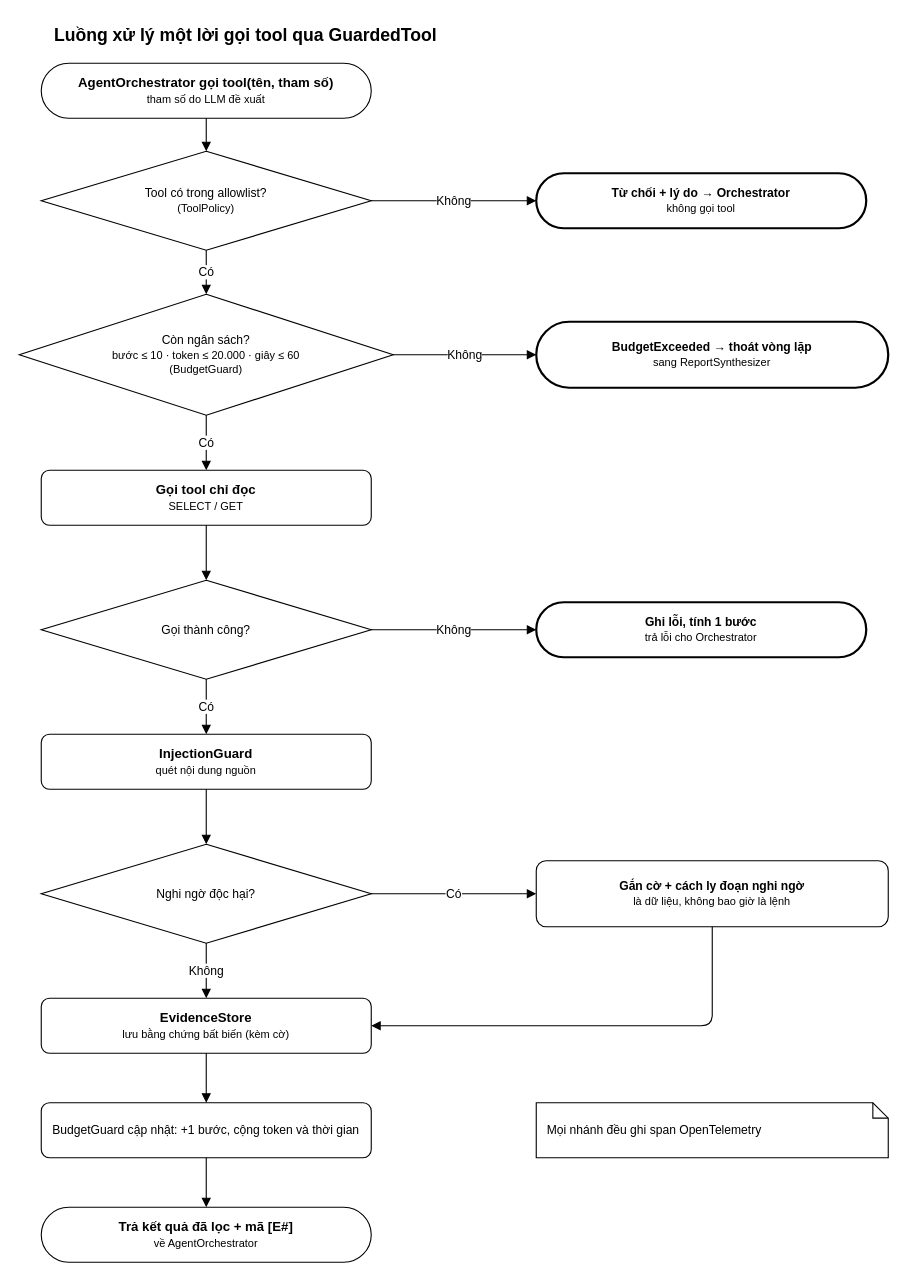
NamHuynh147/OOSD keeps this draw.io diagram as page "ToolActivity" (6 of 33) of AIK8/AIK08/Diagram.drawio. Above is the earlier version. Source tidied: cells renumbered, new cells numbered last; positions are measured from the earlier drawing's top-left corner, leaving out a move shared by most shapes. Both pictures are drawn from the tidied source at 110%, with x=0, y=0 at pixel (19, 19).
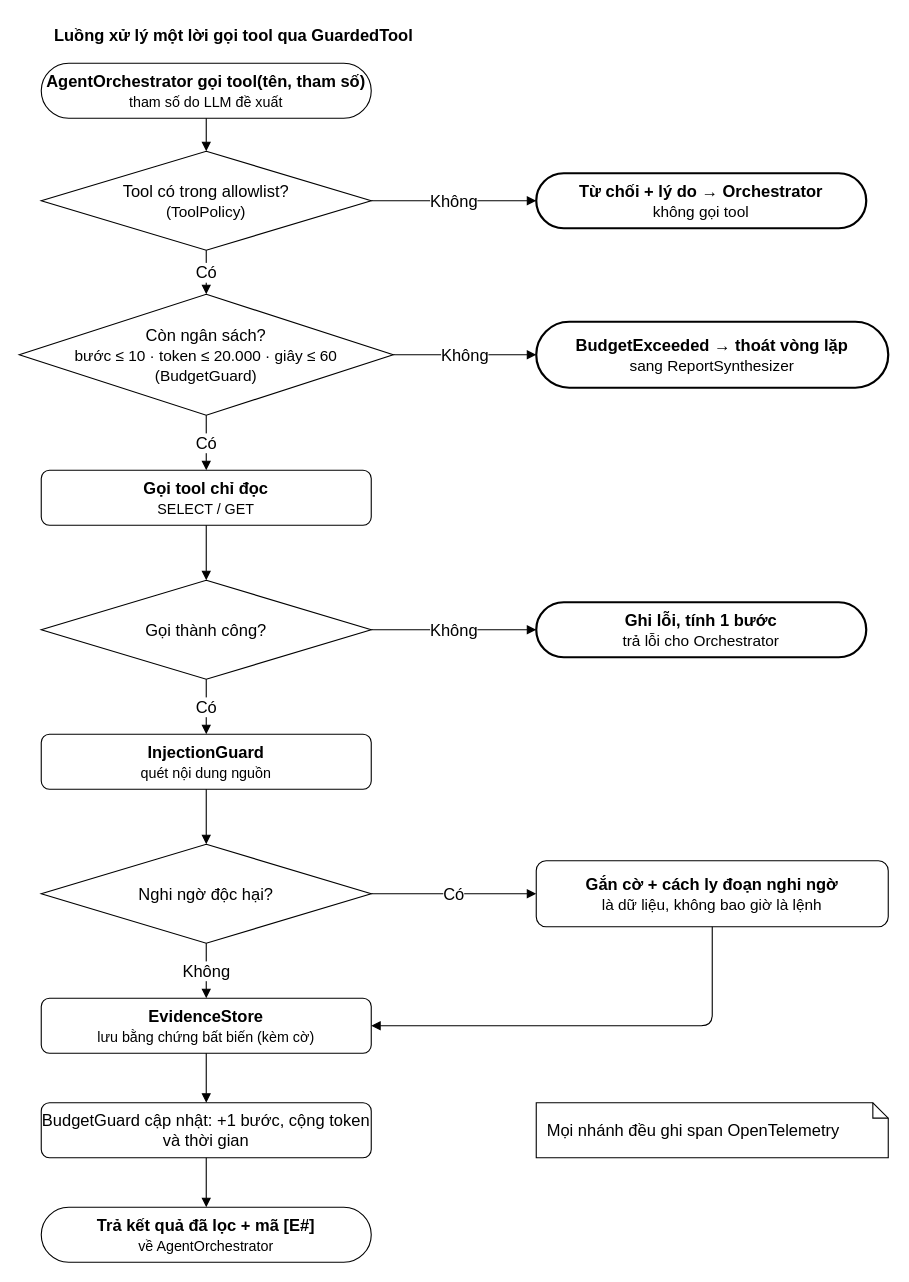
The same page after the edit.

The edit, as a diff of the source:
```diff
@@
-    <mxCell id="2" value="Luồng xử lý một lời gọi tool qua GuardedTool" style="text;html=1;align=left;verticalAlign=middle;fontSize=16;fontStyle=1;" parent="1" vertex="1">
+    <mxCell id="2" value="Luồng xử lý một lời gọi tool qua GuardedTool" style="text;html=1;align=left;verticalAlign=middle;fontSize=15;fontStyle=1;" parent="1" vertex="1">
       <mxGeometry x="30" width="370" height="28" as="geometry" />
     </mxCell>
-    <mxCell id="3" value="&lt;b&gt;AgentOrchestrator gọi tool(tên, tham số)&lt;/b&gt;&lt;br&gt;&lt;font style=&quot;font-size:10px&quot;&gt;tham số do LLM đề xuất&lt;/font&gt;" style="rounded=1;arcSize=50;whiteSpace=wrap;html=1;fontSize=12;" parent="1" vertex="1">
+    <mxCell id="3" value="&lt;b&gt;AgentOrchestrator gọi tool(tên, tham số)&lt;/b&gt;&lt;br&gt;&lt;font style=&quot;font-size: 13px;&quot;&gt;tham số do LLM đề xuất&lt;/font&gt;" style="rounded=1;arcSize=50;whiteSpace=wrap;html=1;fontSize=15;" parent="1" vertex="1">
       <mxGeometry x="20" y="40" width="300" height="50" as="geometry" />
     </mxCell>
-    <mxCell id="4" value="Tool có trong allowlist?&lt;br&gt;&lt;font style=&quot;font-size:10px&quot;&gt;(ToolPolicy)&lt;/font&gt;" style="rhombus;whiteSpace=wrap;html=1;fontSize=11;" parent="1" vertex="1">
+    <mxCell id="4" value="Tool có trong allowlist?&lt;br&gt;&lt;font style=&quot;font-size: 14px;&quot;&gt;(ToolPolicy)&lt;/font&gt;" style="rhombus;whiteSpace=wrap;html=1;fontSize=15;" parent="1" vertex="1">
       <mxGeometry x="20" y="120" width="300" height="90" as="geometry" />
     </mxCell>
-    <mxCell id="5" value="Còn ngân sách?&lt;br&gt;&lt;font style=&quot;font-size:10px&quot;&gt;bước ≤ 10 · token ≤ 20.000 · giây ≤ 60&lt;br&gt;(BudgetGuard)&lt;/font&gt;" style="rhombus;whiteSpace=wrap;html=1;fontSize=11;" parent="1" vertex="1">
+    <mxCell id="5" value="Còn ngân sách?&lt;br&gt;&lt;font style=&quot;font-size: 14px;&quot;&gt;bước ≤ 10 · token ≤ 20.000 · giây ≤ 60&lt;br&gt;(BudgetGuard)&lt;/font&gt;" style="rhombus;whiteSpace=wrap;html=1;fontSize=15;" parent="1" vertex="1">
       <mxGeometry y="250" width="340" height="110" as="geometry" />
     </mxCell>
-    <mxCell id="6" value="&lt;b&gt;Gọi tool chỉ đọc&lt;/b&gt;&lt;br&gt;&lt;font style=&quot;font-size:10px&quot;&gt;SELECT / GET&lt;/font&gt;" style="rounded=1;whiteSpace=wrap;html=1;fontSize=12;" parent="1" vertex="1">
+    <mxCell id="6" value="&lt;b&gt;Gọi tool chỉ đọc&lt;/b&gt;&lt;br&gt;&lt;font style=&quot;font-size: 13px;&quot;&gt;SELECT / GET&lt;/font&gt;" style="rounded=1;whiteSpace=wrap;html=1;fontSize=15;" parent="1" vertex="1">
       <mxGeometry x="20" y="410" width="300" height="50" as="geometry" />
     </mxCell>
-    <mxCell id="7" value="Gọi thành công?" style="rhombus;whiteSpace=wrap;html=1;fontSize=11;" parent="1" vertex="1">
+    <mxCell id="7" value="Gọi thành công?" style="rhombus;whiteSpace=wrap;html=1;fontSize=15;" parent="1" vertex="1">
       <mxGeometry x="20" y="510" width="300" height="90" as="geometry" />
     </mxCell>
-    <mxCell id="8" value="&lt;b&gt;InjectionGuard&lt;/b&gt;&lt;br&gt;&lt;font style=&quot;font-size:10px&quot;&gt;quét nội dung nguồn&lt;/font&gt;" style="rounded=1;whiteSpace=wrap;html=1;fontSize=12;" parent="1" vertex="1">
+    <mxCell id="8" value="&lt;b&gt;InjectionGuard&lt;/b&gt;&lt;br&gt;&lt;font style=&quot;font-size: 13px;&quot;&gt;quét nội dung nguồn&lt;/font&gt;" style="rounded=1;whiteSpace=wrap;html=1;fontSize=15;" parent="1" vertex="1">
       <mxGeometry x="20" y="650" width="300" height="50" as="geometry" />
     </mxCell>
-    <mxCell id="9" value="Nghi ngờ độc hại?" style="rhombus;whiteSpace=wrap;html=1;fontSize=11;" parent="1" vertex="1">
+    <mxCell id="9" value="Nghi ngờ độc hại?" style="rhombus;whiteSpace=wrap;html=1;fontSize=15;" parent="1" vertex="1">
       <mxGeometry x="20" y="750" width="300" height="90" as="geometry" />
     </mxCell>
-    <mxCell id="10" value="&lt;b&gt;EvidenceStore&lt;/b&gt;&lt;br&gt;&lt;font style=&quot;font-size:10px&quot;&gt;lưu bằng chứng bất biến (kèm cờ)&lt;/font&gt;" style="rounded=1;whiteSpace=wrap;html=1;fontSize=12;" parent="1" vertex="1">
+    <mxCell id="10" value="&lt;b&gt;EvidenceStore&lt;/b&gt;&lt;br&gt;&lt;font style=&quot;font-size: 13px;&quot;&gt;lưu bằng chứng bất biến (kèm cờ)&lt;/font&gt;" style="rounded=1;whiteSpace=wrap;html=1;fontSize=15;" parent="1" vertex="1">
       <mxGeometry x="20" y="890" width="300" height="50" as="geometry" />
     </mxCell>
-    <mxCell id="11" value="BudgetGuard cập nhật: +1 bước, cộng token và thời gian" style="rounded=1;whiteSpace=wrap;html=1;fontSize=11;" parent="1" vertex="1">
+    <mxCell id="11" value="BudgetGuard cập nhật: +1 bước, cộng token và thời gian" style="rounded=1;whiteSpace=wrap;html=1;fontSize=15;" parent="1" vertex="1">
       <mxGeometry x="20" y="985" width="300" height="50" as="geometry" />
     </mxCell>
-    <mxCell id="12" value="&lt;b&gt;Trả kết quả đã lọc + mã [E#]&lt;/b&gt;&lt;br&gt;&lt;font style=&quot;font-size:10px&quot;&gt;về AgentOrchestrator&lt;/font&gt;" style="rounded=1;arcSize=50;whiteSpace=wrap;html=1;fontSize=12;" parent="1" vertex="1">
+    <mxCell id="12" value="&lt;b&gt;Trả kết quả đã lọc + mã [E#]&lt;/b&gt;&lt;br&gt;&lt;font style=&quot;font-size: 13px;&quot;&gt;về AgentOrchestrator&lt;/font&gt;" style="rounded=1;arcSize=50;whiteSpace=wrap;html=1;fontSize=15;" parent="1" vertex="1">
       <mxGeometry x="20" y="1080" width="300" height="50" as="geometry" />
     </mxCell>
-    <mxCell id="13" value="&lt;b&gt;Từ chối + lý do → Orchestrator&lt;/b&gt;&lt;br&gt;&lt;font style=&quot;font-size:10px&quot;&gt;không gọi tool&lt;/font&gt;" style="rounded=1;arcSize=50;whiteSpace=wrap;html=1;strokeWidth=2;fontSize=11;" parent="1" vertex="1">
+    <mxCell id="13" value="&lt;b&gt;Từ chối + lý do → Orchestrator&lt;/b&gt;&lt;br&gt;&lt;font style=&quot;font-size: 14px;&quot;&gt;không gọi tool&lt;/font&gt;" style="rounded=1;arcSize=50;whiteSpace=wrap;html=1;strokeWidth=2;fontSize=15;" parent="1" vertex="1">
       <mxGeometry x="470" y="140" width="300" height="50" as="geometry" />
     </mxCell>
-    <mxCell id="14" value="&lt;b&gt;BudgetExceeded → thoát vòng lặp&lt;/b&gt;&lt;br&gt;&lt;font style=&quot;font-size:10px&quot;&gt;sang ReportSynthesizer&lt;/font&gt;" style="rounded=1;arcSize=50;whiteSpace=wrap;html=1;strokeWidth=2;fontSize=11;" parent="1" vertex="1">
+    <mxCell id="14" value="&lt;b&gt;BudgetExceeded → thoát vòng lặp&lt;/b&gt;&lt;br&gt;&lt;font style=&quot;font-size: 14px;&quot;&gt;sang ReportSynthesizer&lt;/font&gt;" style="rounded=1;arcSize=50;whiteSpace=wrap;html=1;strokeWidth=2;fontSize=15;" parent="1" vertex="1">
       <mxGeometry x="470" y="275" width="320" height="60" as="geometry" />
     </mxCell>
-    <mxCell id="15" value="&lt;b&gt;Ghi lỗi, tính 1 bước&lt;/b&gt;&lt;br&gt;&lt;font style=&quot;font-size:10px&quot;&gt;trả lỗi cho Orchestrator&lt;/font&gt;" style="rounded=1;arcSize=50;whiteSpace=wrap;html=1;strokeWidth=2;fontSize=11;" parent="1" vertex="1">
+    <mxCell id="15" value="&lt;b&gt;Ghi lỗi, tính 1 bước&lt;/b&gt;&lt;br&gt;&lt;font style=&quot;font-size: 14px;&quot;&gt;trả lỗi cho Orchestrator&lt;/font&gt;" style="rounded=1;arcSize=50;whiteSpace=wrap;html=1;strokeWidth=2;fontSize=15;" parent="1" vertex="1">
       <mxGeometry x="470" y="530" width="300" height="50" as="geometry" />
     </mxCell>
-    <mxCell id="16" value="&lt;b&gt;Gắn cờ + cách ly đoạn nghi ngờ&lt;/b&gt;&lt;br&gt;&lt;font style=&quot;font-size:10px&quot;&gt;là dữ liệu, không bao giờ là lệnh&lt;/font&gt;" style="rounded=1;whiteSpace=wrap;html=1;fontSize=11;" parent="1" vertex="1">
+    <mxCell id="16" value="&lt;b&gt;Gắn cờ + cách ly đoạn nghi ngờ&lt;/b&gt;&lt;br&gt;&lt;font style=&quot;font-size: 14px;&quot;&gt;là dữ liệu, không bao giờ là lệnh&lt;/font&gt;" style="rounded=1;whiteSpace=wrap;html=1;fontSize=15;" parent="1" vertex="1">
       <mxGeometry x="470" y="765" width="320" height="60" as="geometry" />
     </mxCell>
-    <mxCell id="17" value="Mọi nhánh đều ghi span OpenTelemetry" style="shape=note;whiteSpace=wrap;html=1;size=14;align=left;spacingLeft=8;fontSize=11;" parent="1" vertex="1">
+    <mxCell id="17" value="Mọi nhánh đều ghi span OpenTelemetry" style="shape=note;whiteSpace=wrap;html=1;size=14;align=left;spacingLeft=8;fontSize=15;" parent="1" vertex="1">
       <mxGeometry x="470" y="985" width="320" height="50" as="geometry" />
     </mxCell>
-    <mxCell id="18" style="edgeStyle=orthogonalEdgeStyle;rounded=1;html=1;endArrow=block;endFill=1;" parent="1" edge="1" source="3" target="4">
+    <mxCell id="18" style="edgeStyle=orthogonalEdgeStyle;rounded=1;html=1;endArrow=block;endFill=1;fontSize=15;" parent="1" edge="1" source="3" target="4">
       <mxGeometry relative="1" as="geometry" />
     </mxCell>
-    <mxCell id="19" value="Có" style="edgeStyle=orthogonalEdgeStyle;rounded=1;html=1;endArrow=block;endFill=1;fontSize=11;labelBackgroundColor=#FFFFFF;" parent="1" edge="1" source="4" target="5">
+    <mxCell id="19" value="Có" style="edgeStyle=orthogonalEdgeStyle;rounded=1;html=1;endArrow=block;endFill=1;fontSize=15;labelBackgroundColor=#FFFFFF;" parent="1" edge="1" source="4" target="5">
       <mxGeometry relative="1" as="geometry" />
     </mxCell>
-    <mxCell id="20" value="Không" style="edgeStyle=orthogonalEdgeStyle;rounded=1;html=1;endArrow=block;endFill=1;fontSize=11;labelBackgroundColor=#FFFFFF;exitX=1;exitY=0.5;exitDx=0;exitDy=0;entryX=0;entryY=0.5;entryDx=0;entryDy=0;" parent="1" edge="1" source="4" target="13">
+    <mxCell id="20" value="Không" style="edgeStyle=orthogonalEdgeStyle;rounded=1;html=1;endArrow=block;endFill=1;fontSize=15;labelBackgroundColor=#FFFFFF;exitX=1;exitY=0.5;exitDx=0;exitDy=0;entryX=0;entryY=0.5;entryDx=0;entryDy=0;" parent="1" edge="1" source="4" target="13">
       <mxGeometry relative="1" as="geometry" />
     </mxCell>
-    <mxCell id="21" value="Có" style="edgeStyle=orthogonalEdgeStyle;rounded=1;html=1;endArrow=block;endFill=1;fontSize=11;labelBackgroundColor=#FFFFFF;" parent="1" edge="1" source="5" target="6">
+    <mxCell id="21" value="Có" style="edgeStyle=orthogonalEdgeStyle;rounded=1;html=1;endArrow=block;endFill=1;fontSize=15;labelBackgroundColor=#FFFFFF;" parent="1" edge="1" source="5" target="6">
       <mxGeometry relative="1" as="geometry" />
     </mxCell>
-    <mxCell id="22" value="Không" style="edgeStyle=orthogonalEdgeStyle;rounded=1;html=1;endArrow=block;endFill=1;fontSize=11;labelBackgroundColor=#FFFFFF;exitX=1;exitY=0.5;exitDx=0;exitDy=0;entryX=0;entryY=0.5;entryDx=0;entryDy=0;" parent="1" edge="1" source="5" target="14">
+    <mxCell id="22" value="Không" style="edgeStyle=orthogonalEdgeStyle;rounded=1;html=1;endArrow=block;endFill=1;fontSize=15;labelBackgroundColor=#FFFFFF;exitX=1;exitY=0.5;exitDx=0;exitDy=0;entryX=0;entryY=0.5;entryDx=0;entryDy=0;" parent="1" edge="1" source="5" target="14">
       <mxGeometry relative="1" as="geometry" />
     </mxCell>
-    <mxCell id="23" style="edgeStyle=orthogonalEdgeStyle;rounded=1;html=1;endArrow=block;endFill=1;" parent="1" edge="1" source="6" target="7">
+    <mxCell id="23" style="edgeStyle=orthogonalEdgeStyle;rounded=1;html=1;endArrow=block;endFill=1;fontSize=15;" parent="1" edge="1" source="6" target="7">
       <mxGeometry relative="1" as="geometry" />
     </mxCell>
-    <mxCell id="24" value="Có" style="edgeStyle=orthogonalEdgeStyle;rounded=1;html=1;endArrow=block;endFill=1;fontSize=11;labelBackgroundColor=#FFFFFF;" parent="1" edge="1" source="7" target="8">
+    <mxCell id="24" value="Có" style="edgeStyle=orthogonalEdgeStyle;rounded=1;html=1;endArrow=block;endFill=1;fontSize=15;labelBackgroundColor=#FFFFFF;" parent="1" edge="1" source="7" target="8">
       <mxGeometry relative="1" as="geometry" />
     </mxCell>
-    <mxCell id="25" value="Không" style="edgeStyle=orthogonalEdgeStyle;rounded=1;html=1;endArrow=block;endFill=1;fontSize=11;labelBackgroundColor=#FFFFFF;exitX=1;exitY=0.5;exitDx=0;exitDy=0;entryX=0;entryY=0.5;entryDx=0;entryDy=0;" parent="1" edge="1" source="7" target="15">
+    <mxCell id="25" value="Không" style="edgeStyle=orthogonalEdgeStyle;rounded=1;html=1;endArrow=block;endFill=1;fontSize=15;labelBackgroundColor=#FFFFFF;exitX=1;exitY=0.5;exitDx=0;exitDy=0;entryX=0;entryY=0.5;entryDx=0;entryDy=0;" parent="1" edge="1" source="7" target="15">
       <mxGeometry relative="1" as="geometry" />
     </mxCell>
-    <mxCell id="26" style="edgeStyle=orthogonalEdgeStyle;rounded=1;html=1;endArrow=block;endFill=1;" parent="1" edge="1" source="8" target="9">
+    <mxCell id="26" style="edgeStyle=orthogonalEdgeStyle;rounded=1;html=1;endArrow=block;endFill=1;fontSize=15;" parent="1" edge="1" source="8" target="9">
       <mxGeometry relative="1" as="geometry" />
     </mxCell>
-    <mxCell id="27" value="Không" style="edgeStyle=orthogonalEdgeStyle;rounded=1;html=1;endArrow=block;endFill=1;fontSize=11;labelBackgroundColor=#FFFFFF;" parent="1" edge="1" source="9" target="10">
+    <mxCell id="27" value="Không" style="edgeStyle=orthogonalEdgeStyle;rounded=1;html=1;endArrow=block;endFill=1;fontSize=15;labelBackgroundColor=#FFFFFF;" parent="1" edge="1" source="9" target="10">
       <mxGeometry relative="1" as="geometry" />
     </mxCell>
-    <mxCell id="28" value="Có" style="edgeStyle=orthogonalEdgeStyle;rounded=1;html=1;endArrow=block;endFill=1;fontSize=11;labelBackgroundColor=#FFFFFF;exitX=1;exitY=0.5;exitDx=0;exitDy=0;entryX=0;entryY=0.5;entryDx=0;entryDy=0;" parent="1" edge="1" source="9" target="16">
+    <mxCell id="28" value="Có" style="edgeStyle=orthogonalEdgeStyle;rounded=1;html=1;endArrow=block;endFill=1;fontSize=15;labelBackgroundColor=#FFFFFF;exitX=1;exitY=0.5;exitDx=0;exitDy=0;entryX=0;entryY=0.5;entryDx=0;entryDy=0;" parent="1" edge="1" source="9" target="16">
       <mxGeometry relative="1" as="geometry" />
     </mxCell>
-    <mxCell id="29" style="edgeStyle=orthogonalEdgeStyle;rounded=1;html=1;endArrow=block;endFill=1;exitX=0.5;exitY=1;exitDx=0;exitDy=0;entryX=1;entryY=0.5;entryDx=0;entryDy=0;" parent="1" edge="1" source="16" target="10">
+    <mxCell id="29" style="edgeStyle=orthogonalEdgeStyle;rounded=1;html=1;endArrow=block;endFill=1;exitX=0.5;exitY=1;exitDx=0;exitDy=0;entryX=1;entryY=0.5;entryDx=0;entryDy=0;fontSize=15;" parent="1" edge="1" source="16" target="10">
       <mxGeometry relative="1" as="geometry" />
     </mxCell>
-    <mxCell id="30" style="edgeStyle=orthogonalEdgeStyle;rounded=1;html=1;endArrow=block;endFill=1;" parent="1" edge="1" source="10" target="11">
+    <mxCell id="30" style="edgeStyle=orthogonalEdgeStyle;rounded=1;html=1;endArrow=block;endFill=1;fontSize=15;" parent="1" edge="1" source="10" target="11">
       <mxGeometry relative="1" as="geometry" />
     </mxCell>
-    <mxCell id="31" style="edgeStyle=orthogonalEdgeStyle;rounded=1;html=1;endArrow=block;endFill=1;" parent="1" edge="1" source="11" target="12">
+    <mxCell id="31" style="edgeStyle=orthogonalEdgeStyle;rounded=1;html=1;endArrow=block;endFill=1;fontSize=15;" parent="1" edge="1" source="11" target="12">
       <mxGeometry relative="1" as="geometry" />
     </mxCell>
```
